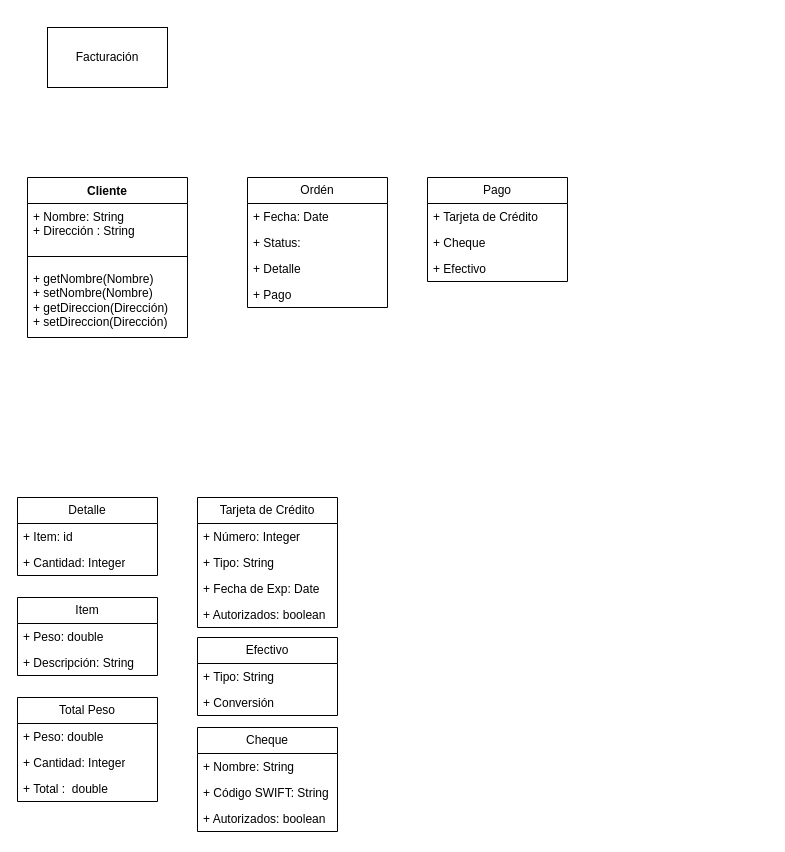
Above: Untitled Diagram.drawio in Ashur19/3D-Portfolio (draw.io), before the change. Source tidied: cells renumbered, new cells numbered last; positions are measured from the earlier drawing's top-left corner, leaving out a move shared by most shapes. Both pictures are drawn from the tidied source at 100%, with x=0, y=0 at pixel (17, 27).
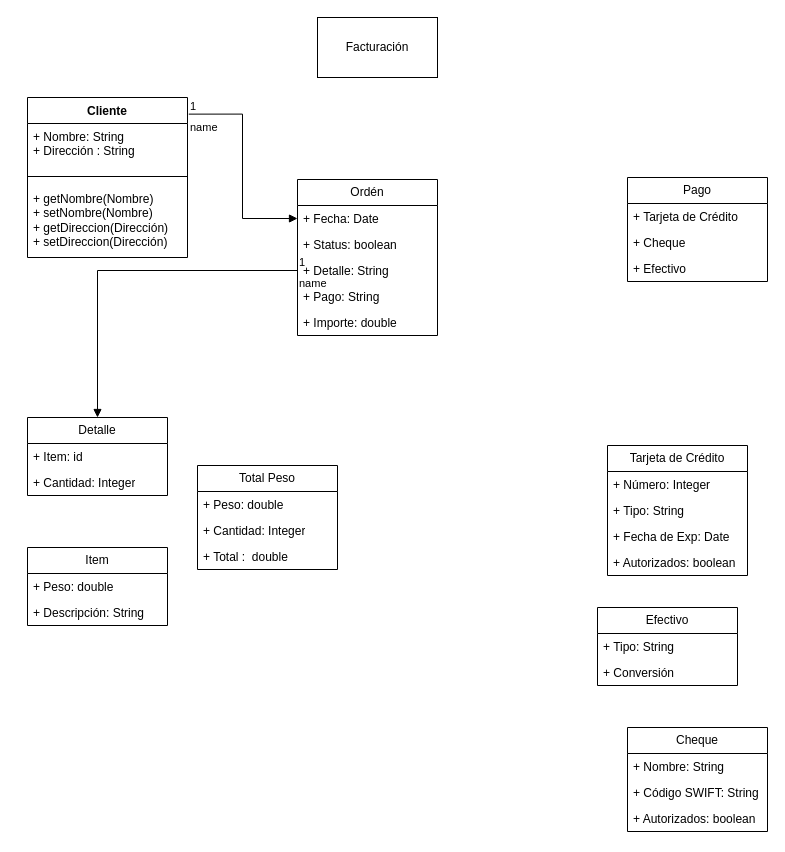
After the change.

The change refers to these unchanged cells:
```xml
<mxCell id="8" value="+ Fecha: Date" style="text;strokeColor=none;fillColor=none;align=left;verticalAlign=top;spacingLeft=4;spacingRight=4;overflow=hidden;points=[[0,0.5],[1,0.5]];portConstraint=eastwest;whiteSpace=wrap;html=1;" parent="7" vertex="1">
  <mxGeometry y="26" width="140" height="26" as="geometry" />
</mxCell>
```

The edit, as a diff of the source:
```diff
@@
     <mxCell id="2" value="Facturación" style="rounded=0;whiteSpace=wrap;html=1;" parent="1" vertex="1">
-      <mxGeometry x="30" width="120" height="60" as="geometry" />
+      <mxGeometry x="300" y="-10" width="120" height="60" as="geometry" />
     </mxCell>
     <mxCell id="3" value="Cliente" style="swimlane;fontStyle=1;align=center;verticalAlign=top;horizontal=1;startSize=26;whiteSpace=wrap;html=1;" parent="1" vertex="1">
-      <mxGeometry x="10" y="150" width="160" height="160" as="geometry" />
+      <mxGeometry x="10" y="70" width="160" height="160" as="geometry" />
     </mxCell>
@@
     <mxCell id="7" value="Ordén" style="swimlane;fontStyle=0;horizontal=1;startSize=26;fillColor=none;whiteSpace=wrap;html=1;" parent="1" vertex="1">
-      <mxGeometry x="230" y="150" width="140" height="130" as="geometry" />
+      <mxGeometry x="280" y="152" width="140" height="156" as="geometry" />
     </mxCell>
@@
-    <mxCell id="9" value="+ Status:&amp;nbsp;" style="text;strokeColor=none;fillColor=none;align=left;verticalAlign=top;spacingLeft=4;spacingRight=4;overflow=hidden;whiteSpace=wrap;html=1;" parent="7" vertex="1">
+    <mxCell id="9" value="+ Status: boolean" style="text;strokeColor=none;fillColor=none;align=left;verticalAlign=top;spacingLeft=4;spacingRight=4;overflow=hidden;whiteSpace=wrap;html=1;" parent="7" vertex="1">
       <mxGeometry y="52" width="140" height="26" as="geometry" />
     </mxCell>
-    <mxCell id="10" value="+ Detalle" style="text;strokeColor=none;fillColor=none;align=left;verticalAlign=top;spacingLeft=4;spacingRight=4;overflow=hidden;points=[[0,0.5],[1,0.5]];portConstraint=eastwest;whiteSpace=wrap;html=1;" parent="7" vertex="1">
+    <mxCell id="10" value="+ Detalle: String" style="text;strokeColor=none;fillColor=none;align=left;verticalAlign=top;spacingLeft=4;spacingRight=4;overflow=hidden;points=[[0,0.5],[1,0.5]];portConstraint=eastwest;whiteSpace=wrap;html=1;" parent="7" vertex="1">
       <mxGeometry y="78" width="140" height="26" as="geometry" />
     </mxCell>
-    <mxCell id="11" value="+ Pago" style="text;strokeColor=none;fillColor=none;align=left;verticalAlign=top;spacingLeft=4;spacingRight=4;overflow=hidden;whiteSpace=wrap;html=1;" parent="7" vertex="1">
+    <mxCell id="11" value="+ Pago: String" style="text;strokeColor=none;fillColor=none;align=left;verticalAlign=top;spacingLeft=4;spacingRight=4;overflow=hidden;whiteSpace=wrap;html=1;" parent="7" vertex="1">
       <mxGeometry y="104" width="140" height="26" as="geometry" />
     </mxCell>
+    <mxCell id="38" value="+ Importe: double" style="text;strokeColor=none;fillColor=none;align=left;verticalAlign=top;spacingLeft=4;spacingRight=4;overflow=hidden;whiteSpace=wrap;html=1;" parent="7" vertex="1">
+      <mxGeometry y="130" width="140" height="26" as="geometry" />
+    </mxCell>
     <mxCell id="12" value="Detalle" style="swimlane;fontStyle=0;horizontal=1;startSize=26;fillColor=none;whiteSpace=wrap;html=1;" parent="1" vertex="1">
-      <mxGeometry y="470" width="140" height="78" as="geometry" />
+      <mxGeometry x="10" y="390" width="140" height="78" as="geometry" />
     </mxCell>
@@
     <mxCell id="15" value="Item" style="swimlane;fontStyle=0;horizontal=1;startSize=26;fillColor=none;whiteSpace=wrap;html=1;" parent="1" vertex="1">
-      <mxGeometry y="570" width="140" height="78" as="geometry" />
+      <mxGeometry x="10" y="520" width="140" height="78" as="geometry" />
     </mxCell>
@@
     <mxCell id="18" value="Pago" style="swimlane;fontStyle=0;horizontal=1;startSize=26;fillColor=none;whiteSpace=wrap;html=1;" parent="1" vertex="1">
-      <mxGeometry x="410" y="150" width="140" height="104" as="geometry" />
+      <mxGeometry x="610" y="150" width="140" height="104" as="geometry" />
     </mxCell>
@@
     <mxCell id="22" value="Efectivo" style="swimlane;fontStyle=0;horizontal=1;startSize=26;fillColor=none;whiteSpace=wrap;html=1;" parent="1" vertex="1">
-      <mxGeometry x="180" y="610" width="140" height="78" as="geometry" />
+      <mxGeometry x="580" y="580" width="140" height="78" as="geometry" />
     </mxCell>
@@
     <mxCell id="25" value="Cheque" style="swimlane;fontStyle=0;horizontal=1;startSize=26;fillColor=none;whiteSpace=wrap;html=1;" parent="1" vertex="1">
-      <mxGeometry x="180" y="700" width="140" height="104" as="geometry" />
+      <mxGeometry x="610" y="700" width="140" height="104" as="geometry" />
     </mxCell>
@@
     <mxCell id="29" value="Tarjeta de Crédito" style="swimlane;fontStyle=0;horizontal=1;startSize=26;fillColor=none;whiteSpace=wrap;html=1;" parent="1" vertex="1">
-      <mxGeometry x="180" y="470" width="140" height="130" as="geometry" />
+      <mxGeometry x="590" y="418" width="140" height="130" as="geometry" />
     </mxCell>
@@
     <mxCell id="34" value="Total Peso" style="swimlane;fontStyle=0;horizontal=1;startSize=26;fillColor=none;whiteSpace=wrap;html=1;" parent="1" vertex="1">
-      <mxGeometry y="670" width="140" height="104" as="geometry" />
+      <mxGeometry x="180" y="438" width="140" height="104" as="geometry" />
     </mxCell>
@@
+    <mxCell id="39" value="name" style="endArrow=block;endFill=1;html=1;edgeStyle=orthogonalEdgeStyle;align=left;verticalAlign=top;rounded=0;exitX=1.008;exitY=0.104;exitDx=0;exitDy=0;exitPerimeter=0;entryX=0;entryY=0.5;entryDx=0;entryDy=0;" parent="1" edge="1" source="3" target="8">
+      <mxGeometry x="-1" relative="1" as="geometry" />
+    </mxCell>
+    <mxCell id="40" value="1" style="edgeLabel;html=1;align=left;verticalAlign=bottom;" parent="39" vertex="1">
+      <mxGeometry x="-1" relative="1" as="geometry" />
+    </mxCell>
+    <mxCell id="41" value="name" style="endArrow=block;endFill=1;html=1;edgeStyle=orthogonalEdgeStyle;align=left;verticalAlign=top;rounded=0;exitX=0;exitY=0.5;exitDx=0;exitDy=0;entryX=0.5;entryY=0;entryDx=0;entryDy=0;" parent="1" edge="1" source="10" target="12">
+      <mxGeometry x="-1" relative="1" as="geometry" />
+    </mxCell>
+    <mxCell id="42" value="1" style="edgeLabel;html=1;align=left;verticalAlign=bottom;" parent="41" vertex="1">
+      <mxGeometry x="-1" relative="1" as="geometry" />
+    </mxCell>
```
